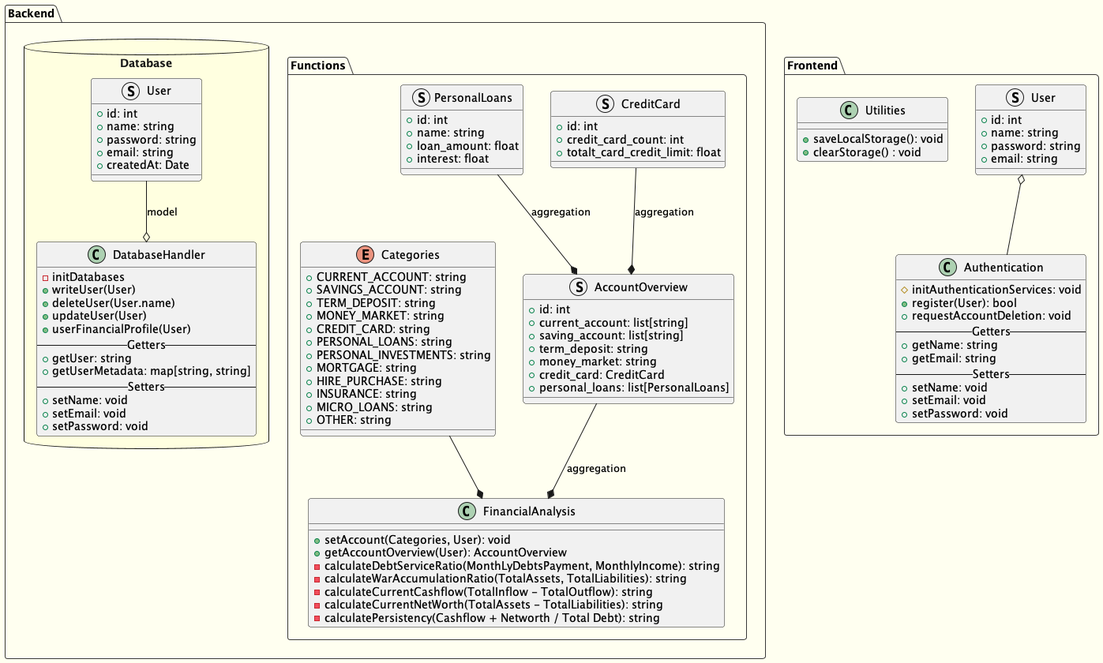
The PlantUML diagram PayNetHackathonDocuments/Logic_Components.png in ctkqiang/PayNetHackathon, before a commit.
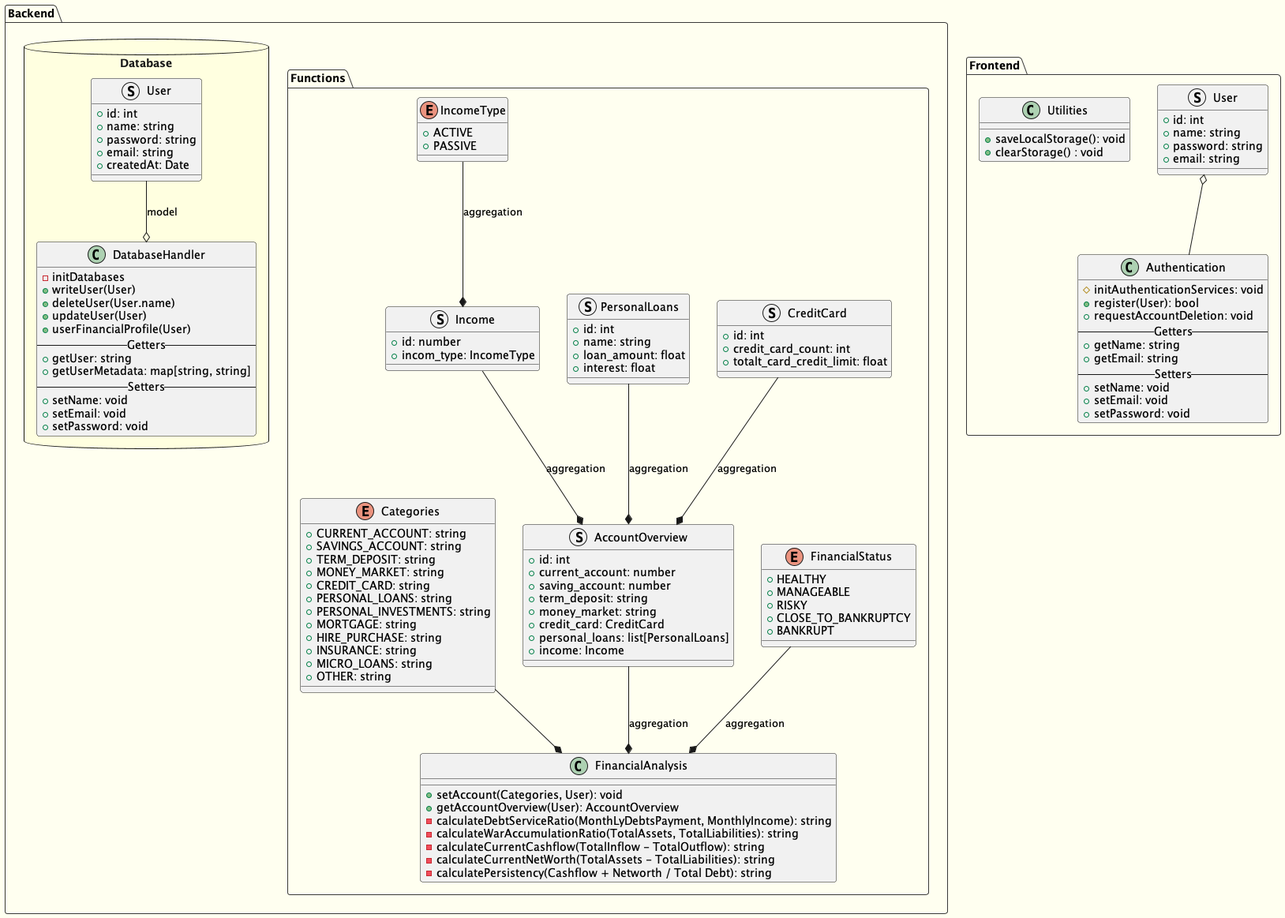
The same diagram one commit later.

Commit message:
chore: updated class diagram for better visualisations #4

Change to the diagram source:
```diff
@@ -50,12 +50,23 @@
 
         struct AccountOverview {
             + id: int
-            + current_account: list[string]
-            + saving_account: list[string]
+            + current_account: number
+            + saving_account: number
             + term_deposit: string
             + money_market: string
             + credit_card: CreditCard
             + personal_loans: list[PersonalLoans]
+            + income: Income
+        }
+
+        enum IncomeType {
+            + ACTIVE
+            + PASSIVE
+        }
+
+        struct Income {
+            + id: number
+            + incom_type: IncomeType
         }
 
         struct PersonalLoans {
@@ -69,6 +80,14 @@
             + id: int
             + credit_card_count: int
             + totalt_card_credit_limit: float
+        }
+
+        enum FinancialStatus {
+            + HEALTHY
+            + MANAGEABLE
+            + RISKY
+            + CLOSE_TO_BANKRUPTCY
+            + BANKRUPT
         }
 
         class FinancialAnalysis {
@@ -90,6 +109,9 @@
     AccountOverview --* FinancialAnalysis :aggregation
     CreditCard --* AccountOverview :aggregation
     PersonalLoans --* AccountOverview :aggregation
+    IncomeType --* Income: aggregation
+    Income --* AccountOverview :aggregation
+    FinancialStatus --* FinancialAnalysis :aggregation
 
 }
 
```
